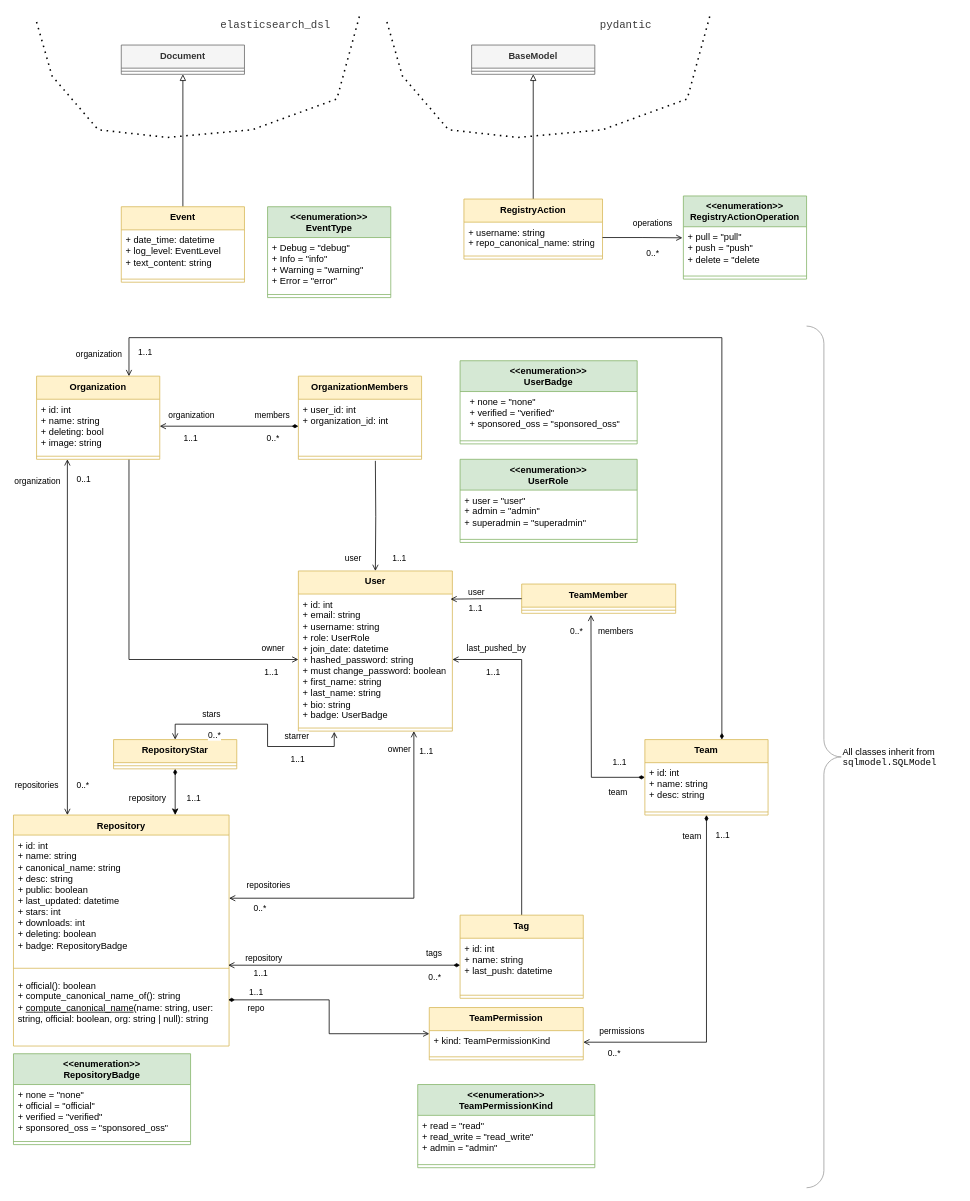
magley/mocker-hub keeps this draw.io diagram as docs/uml_uks.drawio. Above is the earlier version. Source tidied: cells renumbered, new cells numbered last; positions are measured from the earlier drawing's top-left corner, leaving out a move shared by most shapes. Both pictures are drawn from the tidied source at 77%, with x=0, y=0 at pixel (13, 14).
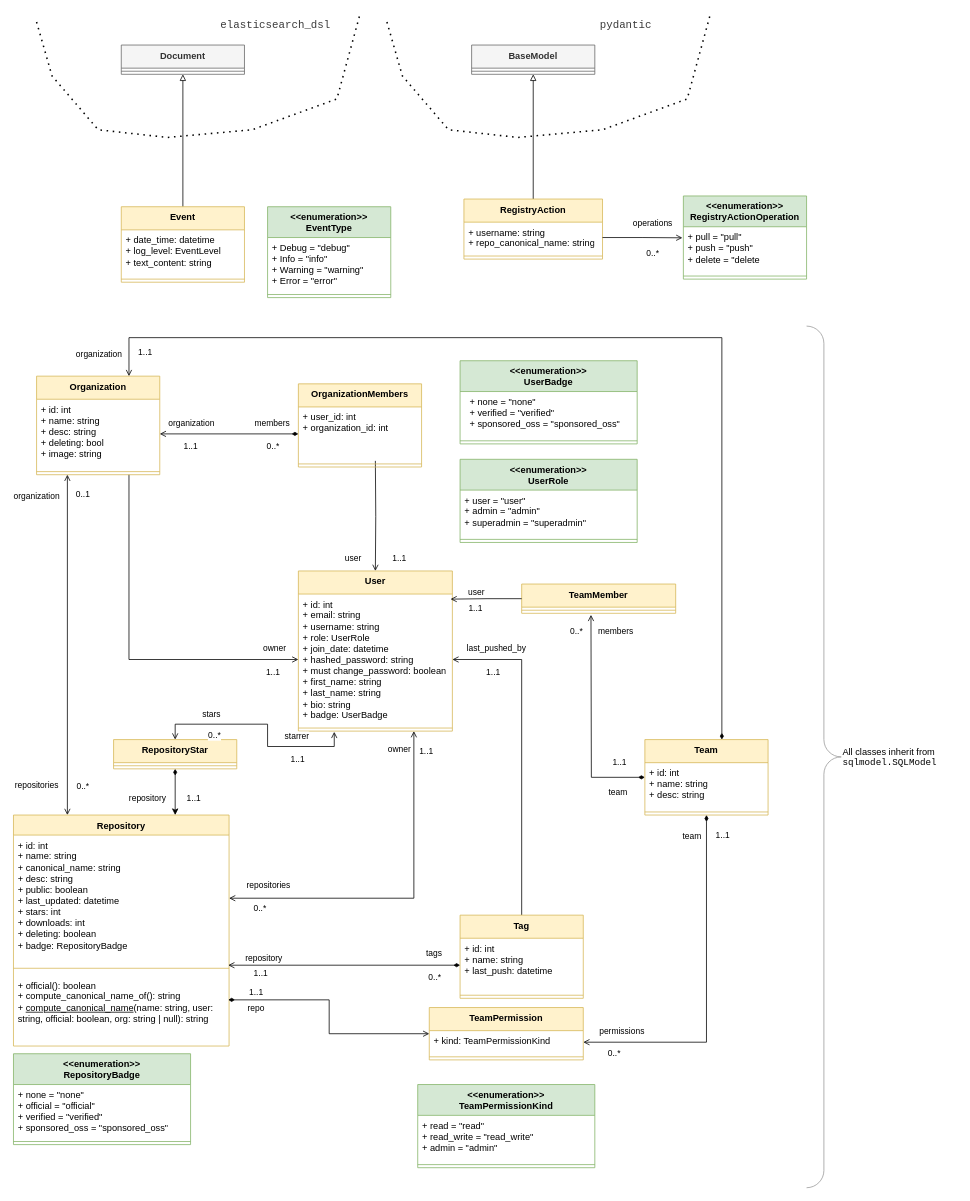
After the change.

Commit message (it also covers changes not shown here):
docs: Update class diagram

What changed in the source:
```diff
@@
     <mxCell id="16" value="&lt;div&gt;Organization&lt;/div&gt;" style="swimlane;fontStyle=1;align=center;verticalAlign=top;horizontal=1;startSize=30;whiteSpace=wrap;html=1;fillColor=#fff2cc;strokeColor=#d6b656;" parent="1" vertex="1">
-      <mxGeometry x="30" y="470" width="160" height="108" as="geometry" />
+      <mxGeometry x="30" y="470" width="160" height="128" as="geometry" />
     </mxCell>
-    <mxCell id="17" value="+ id: int&lt;div&gt;+ name: string&lt;/div&gt;&lt;div&gt;+ deleting: bool&lt;/div&gt;&lt;div&gt;+ image: string&lt;/div&gt;" style="text;strokeColor=none;fillColor=none;align=left;verticalAlign=top;spacingLeft=4;spacingRight=4;overflow=hidden;points=[[0,0.5],[1,0.5]];portConstraint=eastwest;whiteSpace=wrap;html=1;" parent="16" vertex="1">
-      <mxGeometry y="30" width="160" height="70" as="geometry" />
+    <mxCell id="17" value="+ id: int&lt;div&gt;+ name: string&lt;/div&gt;&lt;div&gt;+ desc: string&lt;/div&gt;&lt;div&gt;+ deleting: bool&lt;/div&gt;&lt;div&gt;+ image: string&lt;/div&gt;" style="text;strokeColor=none;fillColor=none;align=left;verticalAlign=top;spacingLeft=4;spacingRight=4;overflow=hidden;points=[[0,0.5],[1,0.5]];portConstraint=eastwest;whiteSpace=wrap;html=1;" parent="16" vertex="1">
+      <mxGeometry y="30" width="160" height="90" as="geometry" />
     </mxCell>
     <mxCell id="18" style="line;strokeWidth=1;fillColor=none;align=left;verticalAlign=middle;spacingTop=-1;spacingLeft=3;spacingRight=3;labelPosition=right;strokeColor=inherit;" parent="16" vertex="1">
-      <mxGeometry y="100" width="160" height="8" as="geometry" />
+      <mxGeometry y="120" width="160" height="8" as="geometry" />
     </mxCell>
@@
     <mxCell id="25" value="&lt;div&gt;OrganizationMembers&lt;/div&gt;" style="swimlane;fontStyle=1;align=center;verticalAlign=top;horizontal=1;startSize=30;whiteSpace=wrap;html=1;fillColor=#fff2cc;strokeColor=#d6b656;" parent="1" vertex="1">
-      <mxGeometry x="370" y="470" width="160" height="108" as="geometry" />
+      <mxGeometry x="370" y="480" width="160" height="108" as="geometry" />
     </mxCell>
```
